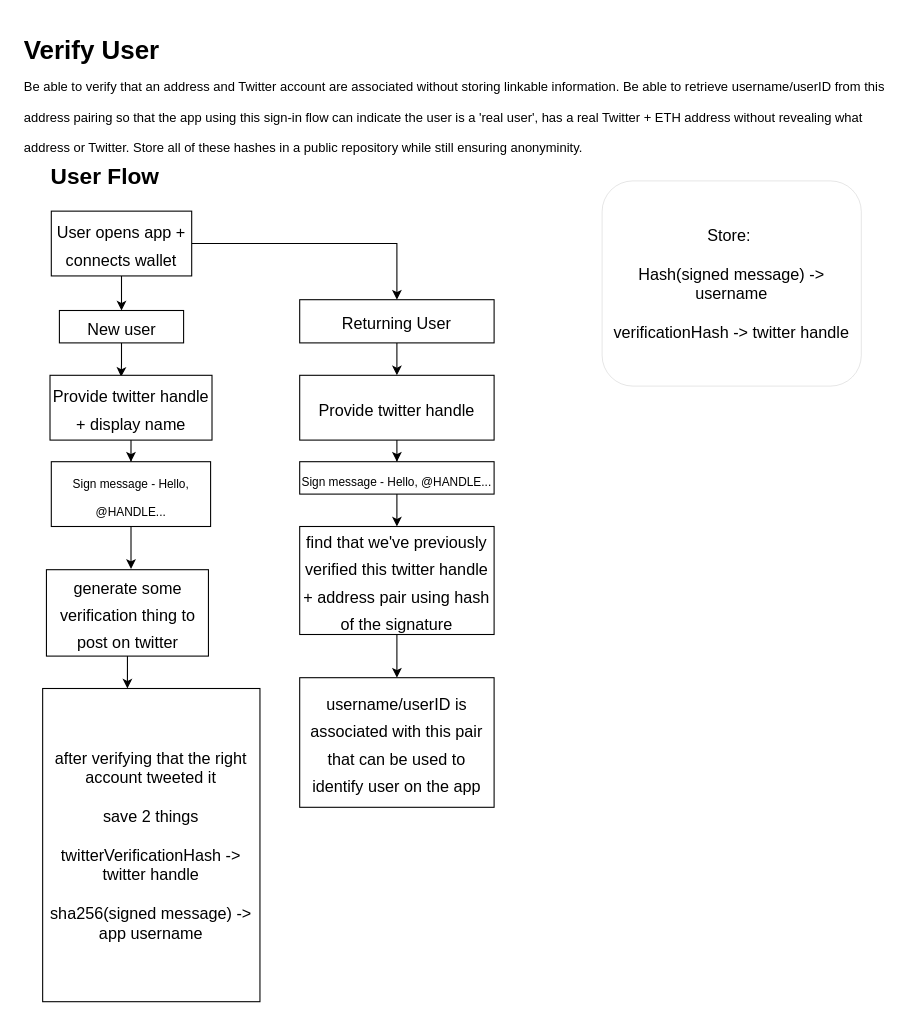
Earlier version of the draw.io diagram verify-user.drawio (straightupjac/verify-user). Source tidied: cells renumbered, new cells numbered last; positions are measured from the earlier drawing's top-left corner, leaving out a move shared by most shapes. Both pictures are drawn from the tidied source at 108%, with x=0, y=0 at pixel (18, 29).
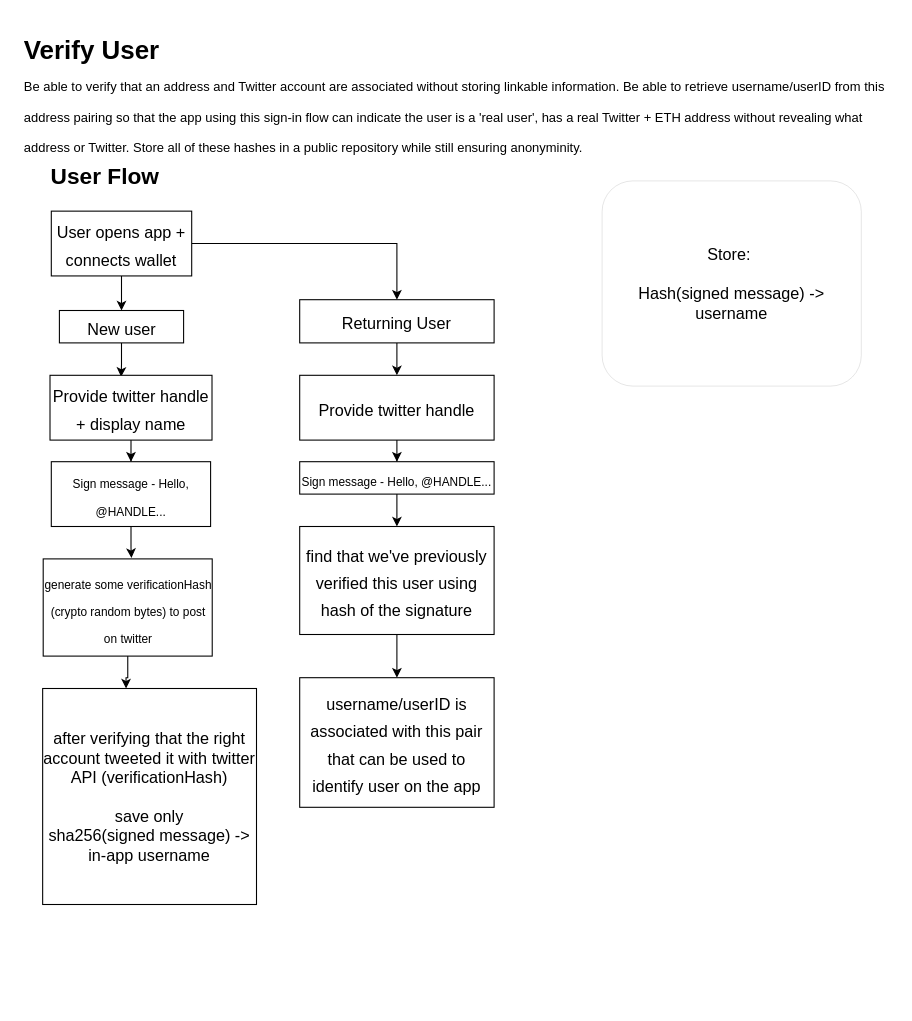
After the change.

What changed in the source:
```diff
@@
-    <mxCell id="15" value="&lt;span style=&quot;font-size: 15px;&quot;&gt;after verifying that the right account tweeted it&lt;br&gt;&lt;br&gt;save 2 things&lt;br&gt;&lt;br&gt;twitterVerificationHash -&amp;gt; twitter handle&lt;br&gt;&lt;br&gt;sha256(signed message) -&amp;gt; app username&lt;br&gt;&lt;/span&gt;" style="rounded=0;whiteSpace=wrap;html=1;fontSize=11;" parent="1" vertex="1">
-      <mxGeometry x="22" y="610" width="201.2" height="290" as="geometry" />
+    <mxCell id="15" value="&lt;span style=&quot;font-size: 15px;&quot;&gt;after verifying that the right account tweeted it with twitter API (verificationHash)&lt;br&gt;&lt;br&gt;save only&lt;br&gt;sha256(signed message) -&amp;gt; in-app username&lt;br&gt;&lt;/span&gt;" style="rounded=0;whiteSpace=wrap;html=1;fontSize=11;" parent="1" vertex="1">
+      <mxGeometry x="22" y="610" width="198" height="200" as="geometry" />
     </mxCell>
@@
-    <mxCell id="19" value="&lt;font style=&quot;font-size: 15px;&quot;&gt;find that we've previously verified this twitter handle + address pair using hash of the signature&lt;/font&gt;" style="rounded=0;whiteSpace=wrap;html=1;fontSize=21;" parent="1" vertex="1">
+    <mxCell id="19" value="&lt;font style=&quot;font-size: 15px;&quot;&gt;find that we've previously verified this user using hash of the signature&lt;/font&gt;" style="rounded=0;whiteSpace=wrap;html=1;fontSize=21;" parent="1" vertex="1">
       <mxGeometry x="260" y="460" width="180" height="100" as="geometry" />
     </mxCell>
@@
-    <mxCell id="21" value="Store:&amp;nbsp;&lt;br&gt;&lt;br&gt;Hash(signed message) -&amp;gt; username&lt;br&gt;&lt;br&gt;verificationHash -&amp;gt; twitter handle" style="rounded=1;whiteSpace=wrap;html=1;fontSize=15;strokeWidth=0;" parent="1" vertex="1">
+    <mxCell id="21" value="Store:&amp;nbsp;&lt;br&gt;&lt;br&gt;Hash(signed message) -&amp;gt; username" style="rounded=1;whiteSpace=wrap;html=1;fontSize=15;strokeWidth=0;" parent="1" vertex="1">
       <mxGeometry x="540" y="140" width="240" height="190" as="geometry" />
     </mxCell>
@@
-    <mxCell id="25" value="&lt;font style=&quot;font-size: 15px;&quot;&gt;generate some verification thing to post on twitter&lt;/font&gt;" style="rounded=0;whiteSpace=wrap;html=1;fontSize=21;" parent="1" vertex="1">
-      <mxGeometry x="25.5" y="500" width="150" height="80" as="geometry" />
+    <mxCell id="25" value="&lt;font style=&quot;font-size: 11px;&quot;&gt;generate some verificationHash (crypto random bytes) to post on twitter&lt;/font&gt;" style="rounded=0;whiteSpace=wrap;html=1;fontSize=21;" parent="1" vertex="1">
+      <mxGeometry x="22.5" y="490" width="156.5" height="90" as="geometry" />
     </mxCell>
```
